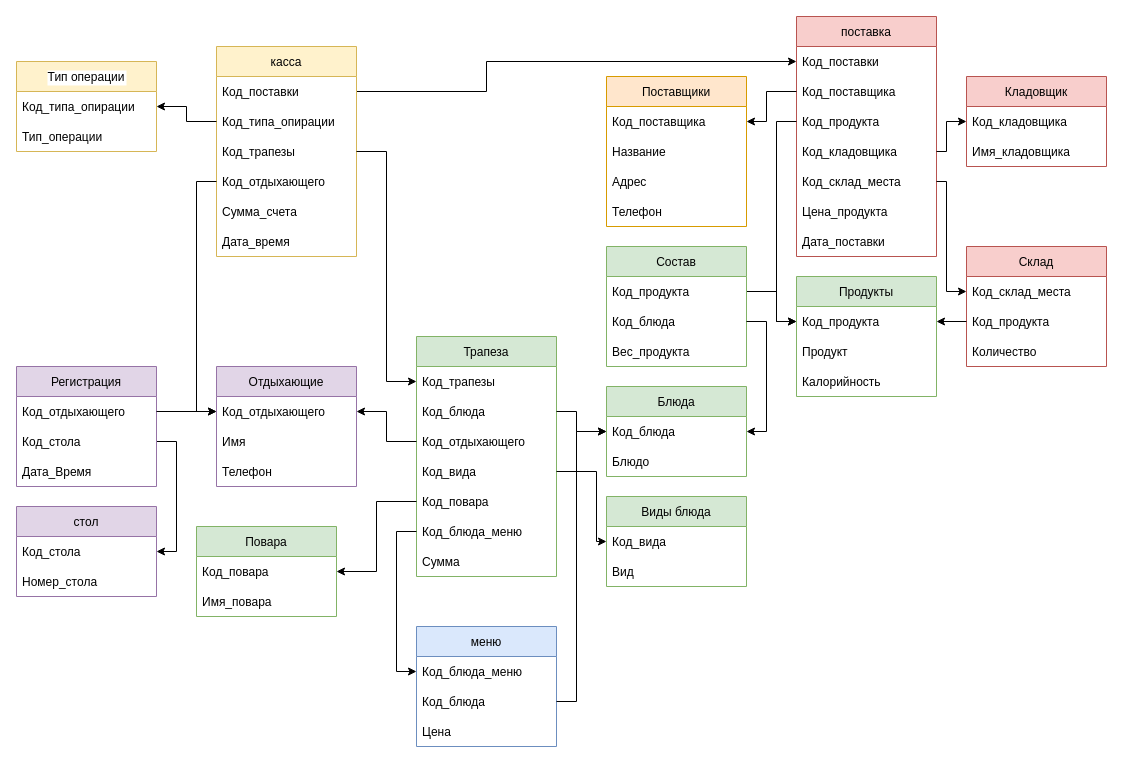
lari5685/transfer keeps this draw.io diagram as page "desk ok" (4 of 5) of Untitled Diagram.drawio. Above is the earlier version. Source tidied: cells renumbered, new cells numbered last; positions are measured from the earlier drawing's top-left corner, leaving out a move shared by most shapes. Both pictures are drawn from the tidied source at 100%, with x=0, y=0 at pixel (16, 16).
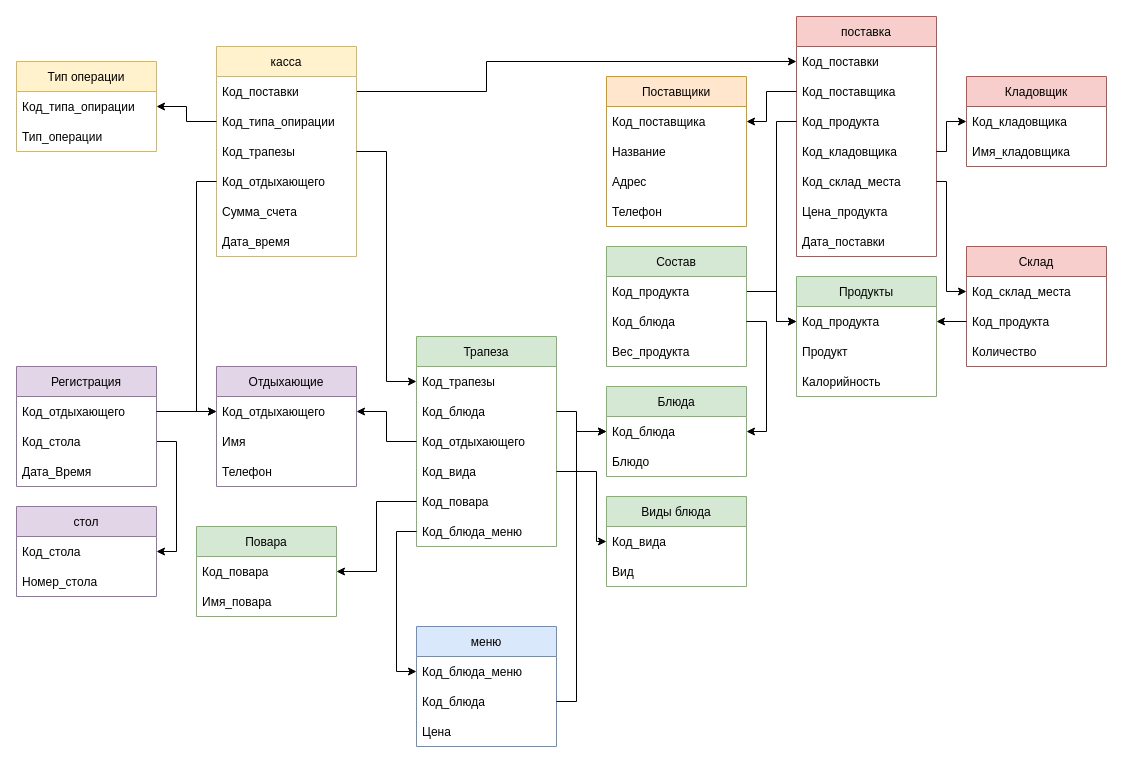
After the change.

The edit, as a diff of the source:
```diff
@@
     <mxCell id="25" value="Трапеза" style="swimlane;fontStyle=0;horizontal=1;startSize=30;fillColor=#d5e8d4;strokeColor=#82b366;sketch=0;swimlaneLine=1;shadow=0;" parent="1" vertex="1">
-      <mxGeometry x="400" y="320" width="140" height="240" as="geometry" />
+      <mxGeometry x="400" y="320" width="140" height="210" as="geometry" />
     </mxCell>
@@
-    <mxCell id="32" value="Сумма" style="text;strokeColor=none;fillColor=none;align=left;verticalAlign=middle;spacingLeft=4;spacingRight=4;overflow=hidden;sketch=0;swimlaneLine=1;shadow=0;fontColor=default;labelBackgroundColor=default;" parent="25" vertex="1">
-      <mxGeometry y="210" width="140" height="30" as="geometry" />
-    </mxCell>
@@
-    <mxCell id="87" value="Тип операции" style="swimlane;fontStyle=0;horizontal=1;startSize=30;labelBackgroundColor=default;fillColor=#fff2cc;strokeColor=#d6b656;" parent="1" vertex="1">
+    <mxCell id="87" value="Тип операции" style="swimlane;fontStyle=0;horizontal=1;startSize=30;labelBackgroundColor=none;fillColor=#fff2cc;strokeColor=#d6b656;" parent="1" vertex="1">
       <mxGeometry y="45" width="140" height="90" as="geometry" />
     </mxCell>
```
